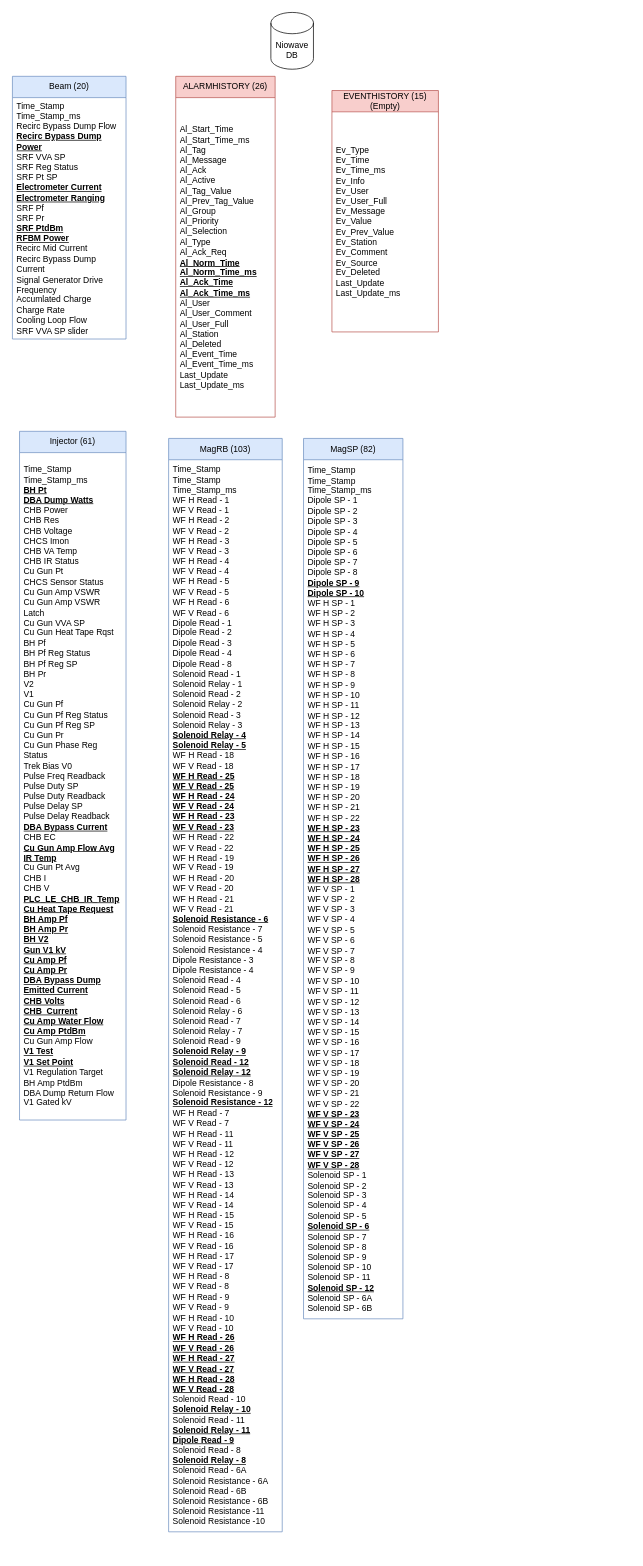
The draw.io diagram page "NiowaveAirportDB" (1 of 2) of AVEVADBAIR.drawio in houleyemballo/Work, before the edit. Source tidied: cells renumbered, new cells numbered last; positions are measured from the earlier drawing's top-left corner, leaving out a move shared by most shapes. Both pictures are drawn from the tidied source at 71%, with x=0, y=0 at pixel (12, 12).
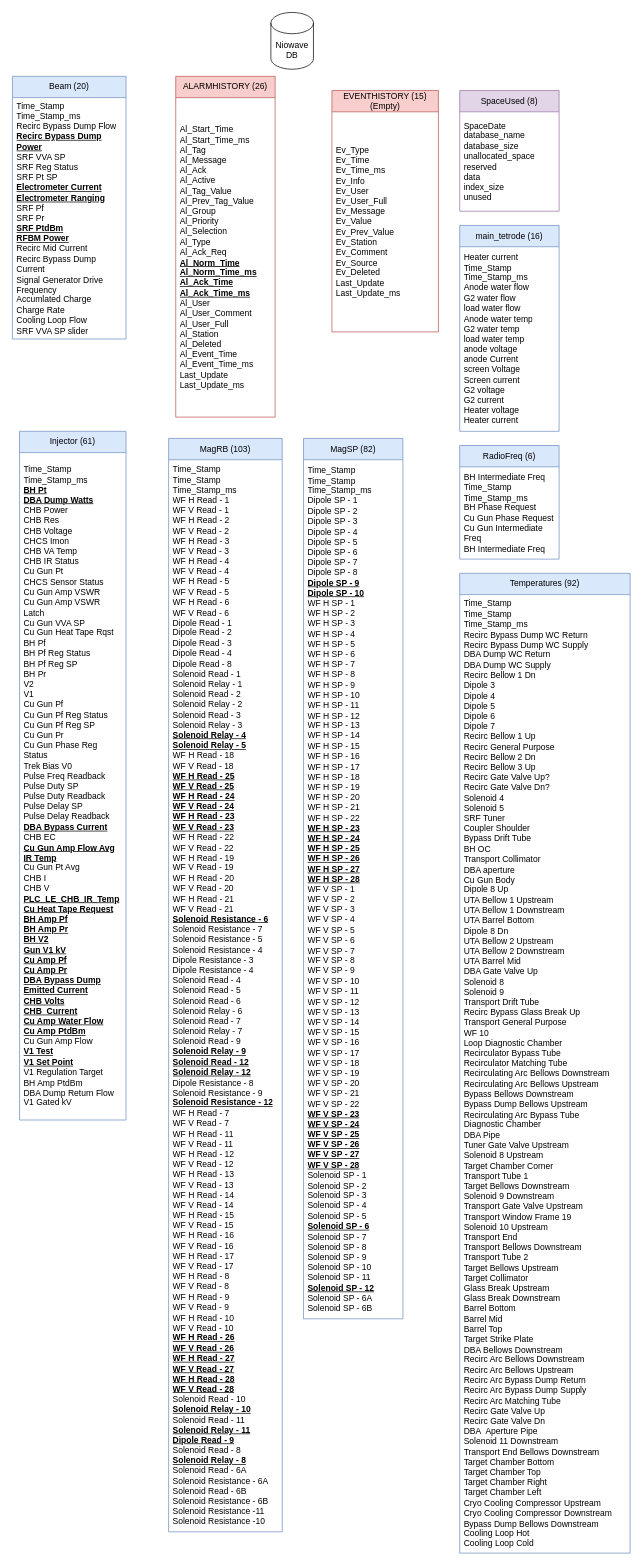
Above is the later version.

Change to the diagram source:
```diff
@@
+    <mxCell id="15" value="main_tetrode (16)" style="swimlane;fontStyle=0;horizontal=1;startSize=30;whiteSpace=wrap;html=1;fillColor=#dae8fc;strokeColor=#6c8ebf;" parent="1" vertex="1">
+      <mxGeometry x="630" y="300" width="140" height="290" as="geometry" />
+    </mxCell>
+    <mxCell id="16" value="&lt;div&gt;Heater current&lt;/div&gt;&lt;div&gt;Time_Stamp&lt;/div&gt;&lt;div&gt;Time_Stamp_ms&lt;/div&gt;&lt;div&gt;Anode water flow&lt;/div&gt;&lt;div&gt;G2 water flow&lt;/div&gt;&lt;div&gt;load water flow&lt;/div&gt;&lt;div&gt;Anode water temp&lt;/div&gt;&lt;div&gt;G2 water temp&lt;/div&gt;&lt;div&gt;load water temp&lt;/div&gt;&lt;div&gt;anode voltage&lt;/div&gt;&lt;div&gt;anode Current&lt;/div&gt;&lt;div&gt;screen Voltage&lt;/div&gt;&lt;div&gt;Screen current&lt;/div&gt;&lt;div&gt;G2 voltage&lt;/div&gt;&lt;div&gt;G2 current&lt;/div&gt;&lt;div&gt;Heater voltage&lt;/div&gt;&lt;div&gt;Heater current&lt;/div&gt;" style="text;strokeColor=none;fillColor=none;align=left;verticalAlign=middle;spacingLeft=4;spacingRight=4;overflow=hidden;whiteSpace=wrap;html=1;" parent="15" vertex="1">
+      <mxGeometry y="30" width="140" height="260" as="geometry" />
+    </mxCell>
+    <mxCell id="17" value="RadioFreq (6)" style="swimlane;fontStyle=0;horizontal=1;startSize=30;whiteSpace=wrap;html=1;fillColor=#dae8fc;strokeColor=#6c8ebf;" parent="1" vertex="1">
+      <mxGeometry x="630" y="610" width="140" height="160" as="geometry" />
+    </mxCell>
+    <mxCell id="18" value="&lt;div&gt;BH Intermediate Freq&lt;/div&gt;&lt;div&gt;Time_Stamp&lt;/div&gt;&lt;div&gt;Time_Stamp_ms&lt;/div&gt;&lt;div&gt;BH Phase Request&lt;/div&gt;&lt;div&gt;Cu Gun Phase Request&lt;/div&gt;&lt;div&gt;Cu Gun Intermediate Freq&lt;/div&gt;&lt;div&gt;BH Intermediate Freq&lt;/div&gt;" style="text;strokeColor=none;fillColor=none;align=left;verticalAlign=middle;spacingLeft=4;spacingRight=4;overflow=hidden;whiteSpace=wrap;html=1;" parent="17" vertex="1">
+      <mxGeometry y="30" width="140" height="130" as="geometry" />
+    </mxCell>
+    <mxCell id="19" value="SpaceUsed (8)" style="swimlane;fontStyle=0;horizontal=1;startSize=30;whiteSpace=wrap;html=1;fillColor=#e1d5e7;strokeColor=#9673a6;" parent="1" vertex="1">
+      <mxGeometry x="630" y="110" width="140" height="170" as="geometry" />
+    </mxCell>
+    <mxCell id="20" value="&lt;div&gt;SpaceDate&lt;/div&gt;&lt;div&gt;database_name&lt;/div&gt;&lt;div&gt;database_size&lt;/div&gt;&lt;div&gt;unallocated_space&lt;/div&gt;&lt;div&gt;reserved&lt;/div&gt;&lt;div&gt;data&lt;/div&gt;&lt;div&gt;index_size&lt;/div&gt;&lt;div&gt;unused&lt;/div&gt;" style="text;strokeColor=none;fillColor=none;align=left;verticalAlign=middle;spacingLeft=4;spacingRight=4;overflow=hidden;whiteSpace=wrap;html=1;" parent="19" vertex="1">
+      <mxGeometry y="30" width="140" height="140" as="geometry" />
+    </mxCell>
+    <mxCell id="21" value="Temperatures (92)" style="swimlane;fontStyle=0;horizontal=1;startSize=30;whiteSpace=wrap;html=1;fillColor=#dae8fc;strokeColor=#6c8ebf;" parent="1" vertex="1">
+      <mxGeometry x="630" y="790" width="240" height="1380" as="geometry" />
+    </mxCell>
+    <mxCell id="22" value="&lt;div&gt;Time_Stamp&lt;/div&gt;&lt;div&gt;Time_Stamp&lt;/div&gt;&lt;div&gt;Time_Stamp_ms&lt;/div&gt;&lt;div&gt;Recirc Bypass Dump WC Return&lt;/div&gt;&lt;div&gt;Recirc Bypass Dump WC Supply&lt;/div&gt;&lt;div&gt;DBA Dump WC Return&lt;/div&gt;&lt;div&gt;DBA Dump WC Supply&lt;/div&gt;&lt;div&gt;Recirc Bellow 1 Dn&lt;/div&gt;&lt;div&gt;Dipole 3&lt;/div&gt;&lt;div&gt;Dipole 4&lt;/div&gt;&lt;div&gt;Dipole 5&lt;/div&gt;&lt;div&gt;Dipole 6&lt;/div&gt;&lt;div&gt;Dipole 7&lt;/div&gt;&lt;div&gt;Recirc Bellow 1 Up&lt;/div&gt;&lt;div&gt;Recirc General Purpose&lt;/div&gt;&lt;div&gt;Recirc Bellow 2 Dn&lt;/div&gt;&lt;div&gt;Recirc Bellow 3 Up&lt;/div&gt;&lt;div&gt;Recirc Gate Valve Up?&lt;/div&gt;&lt;div&gt;Recirc Gate Valve Dn?&lt;/div&gt;&lt;div&gt;Solenoid 4&lt;/div&gt;&lt;div&gt;Solenoid 5&lt;/div&gt;&lt;div&gt;SRF Tuner&lt;/div&gt;&lt;div&gt;Coupler Shoulder&lt;/div&gt;&lt;div&gt;Bypass Drift Tube&lt;/div&gt;&lt;div&gt;BH OC&lt;/div&gt;&lt;div&gt;Transport Collimator&lt;/div&gt;&lt;div&gt;DBA aperture&lt;/div&gt;&lt;div&gt;Cu Gun Body&lt;/div&gt;&lt;div&gt;Dipole 8 Up&lt;/div&gt;&lt;div&gt;UTA Bellow 1 Upstream&lt;/div&gt;&lt;div&gt;UTA Bellow 1 Downstream&lt;/div&gt;&lt;div&gt;UTA Barrel Bottom&lt;/div&gt;&lt;div&gt;Dipole 8 Dn&lt;/div&gt;&lt;div&gt;UTA Bellow 2 Upstream&lt;/div&gt;&lt;div&gt;UTA Bellow 2 Downstream&lt;/div&gt;&lt;div&gt;UTA Barrel Mid&lt;/div&gt;&lt;div&gt;DBA Gate Valve Up&lt;/div&gt;&lt;div&gt;Solenoid 8&lt;/div&gt;&lt;div&gt;Solenoid 9&lt;/div&gt;&lt;div&gt;Transport Drift Tube&lt;/div&gt;&lt;div&gt;Recirc Bypass Glass Break Up&lt;/div&gt;&lt;div&gt;Transport General Purpose&lt;/div&gt;&lt;div&gt;WF 10&lt;/div&gt;&lt;div&gt;Loop Diagnostic Chamber&lt;/div&gt;&lt;div&gt;Recirculator Bypass Tube&lt;/div&gt;&lt;div&gt;Recirculator Matching Tube&lt;/div&gt;&lt;div&gt;Recirculating Arc Bellows Downstream&lt;/div&gt;&lt;div&gt;Recirculating Arc Bellows Upstream&lt;/div&gt;&lt;div&gt;Bypass Bellows Downstream&lt;/div&gt;&lt;div&gt;Bypass Dump Bellows Upstream&lt;/div&gt;&lt;div&gt;Recirculating Arc Bypass Tube&lt;/div&gt;&lt;div&gt;Diagnostic Chamber&lt;/div&gt;&lt;div&gt;DBA Pipe&lt;/div&gt;&lt;div&gt;Tuner Gate Valve Upstream&lt;/div&gt;&lt;div&gt;Solenoid 8 Upstream&lt;/div&gt;&lt;div&gt;Target Chamber Corner&lt;/div&gt;&lt;div&gt;Transport Tube 1&lt;/div&gt;&lt;div&gt;Target Bellows Downstream&lt;/div&gt;&lt;div&gt;Solenoid 9 Downstream&lt;/div&gt;&lt;div&gt;Transport Gate Valve Upstream&lt;/div&gt;&lt;div&gt;Transport Window Frame 19&lt;/div&gt;&lt;div&gt;Solenoid 10 Upstream&lt;/div&gt;&lt;div&gt;Transport End&lt;/div&gt;&lt;div&gt;Transport Bellows Downstream&lt;/div&gt;&lt;div&gt;Transport Tube 2&lt;/div&gt;&lt;div&gt;Target Bellows Upstream&lt;/div&gt;&lt;div&gt;Target Collimator&lt;/div&gt;&lt;div&gt;Glass Break Upstream&lt;/div&gt;&lt;div&gt;Glass Break Downstream&lt;/div&gt;&lt;div&gt;Barrel Bottom&lt;/div&gt;&lt;div&gt;Barrel Mid&lt;/div&gt;&lt;div&gt;Barrel Top&lt;/div&gt;&lt;div&gt;Target Strike Plate&lt;/div&gt;&lt;div&gt;DBA Bellows Downstream&lt;/div&gt;&lt;div&gt;Recirc Arc Bellows Downstream&lt;/div&gt;&lt;div&gt;Recirc Arc Bellows Upstream&lt;/div&gt;&lt;div&gt;Recirc Arc Bypass Dump Return&lt;/div&gt;&lt;div&gt;Recirc Arc Bypass Dump Supply&lt;/div&gt;&lt;div&gt;Recirc Arc Matching Tube&lt;/div&gt;&lt;div&gt;Recirc Gate Valve Up&lt;/div&gt;&lt;div&gt;Recirc Gate Valve Dn&lt;/div&gt;&lt;div&gt;DBA&amp;nbsp; Aperture Pipe&lt;/div&gt;&lt;div&gt;Solenoid 11 Downstream&lt;/div&gt;&lt;div&gt;Transport End Bellows Downstream&lt;/div&gt;&lt;div&gt;Target Chamber Bottom&lt;/div&gt;&lt;div&gt;Target Chamber Top&lt;/div&gt;&lt;div&gt;Target Chamber Right&lt;/div&gt;&lt;div&gt;Target Chamber Left&lt;/div&gt;&lt;div&gt;Cryo Cooling Compressor Upstream&lt;/div&gt;&lt;div&gt;Cryo Cooling Compressor Downstream&lt;/div&gt;&lt;div&gt;Bypass Dump Bellows Downstream&lt;/div&gt;&lt;div&gt;Cooling Loop Hot&lt;/div&gt;&lt;div&gt;Cooling Loop Cold&lt;/div&gt;" style="text;strokeColor=none;fillColor=none;align=left;verticalAlign=middle;spacingLeft=4;spacingRight=4;overflow=hidden;whiteSpace=wrap;html=1;" parent="21" vertex="1">
+      <mxGeometry y="30" width="240" height="1350" as="geometry" />
+    </mxCell>
```
